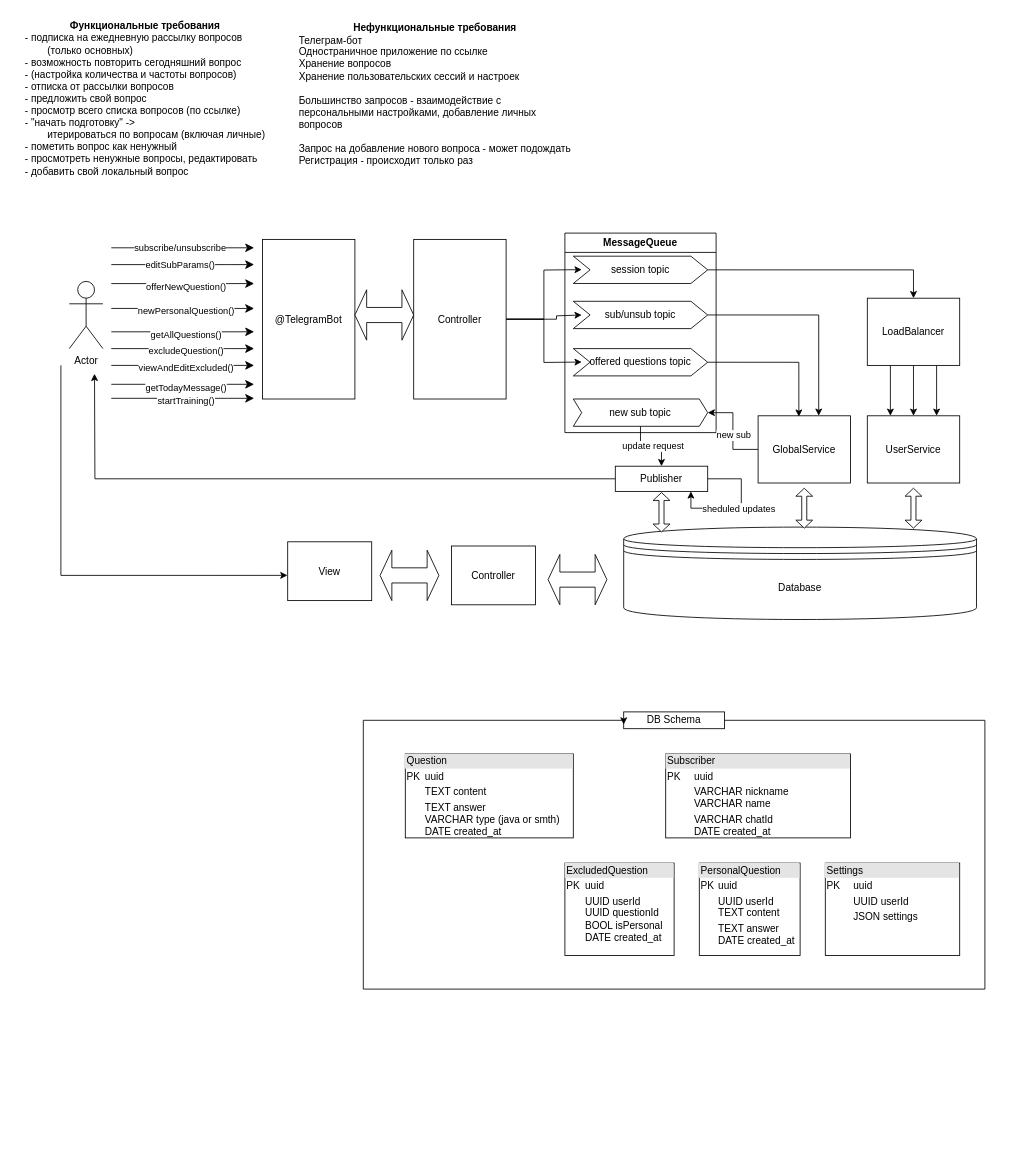
This is SobesCracker.drawio from maksarts/test-project-files, a draw.io file, before an edit. Source tidied: cells renumbered, new cells numbered last; positions are measured from the earlier drawing's top-left corner, leaving out a move shared by most shapes. Both pictures are drawn from the tidied source at 84%, with x=0, y=0 at pixel (14, 14).
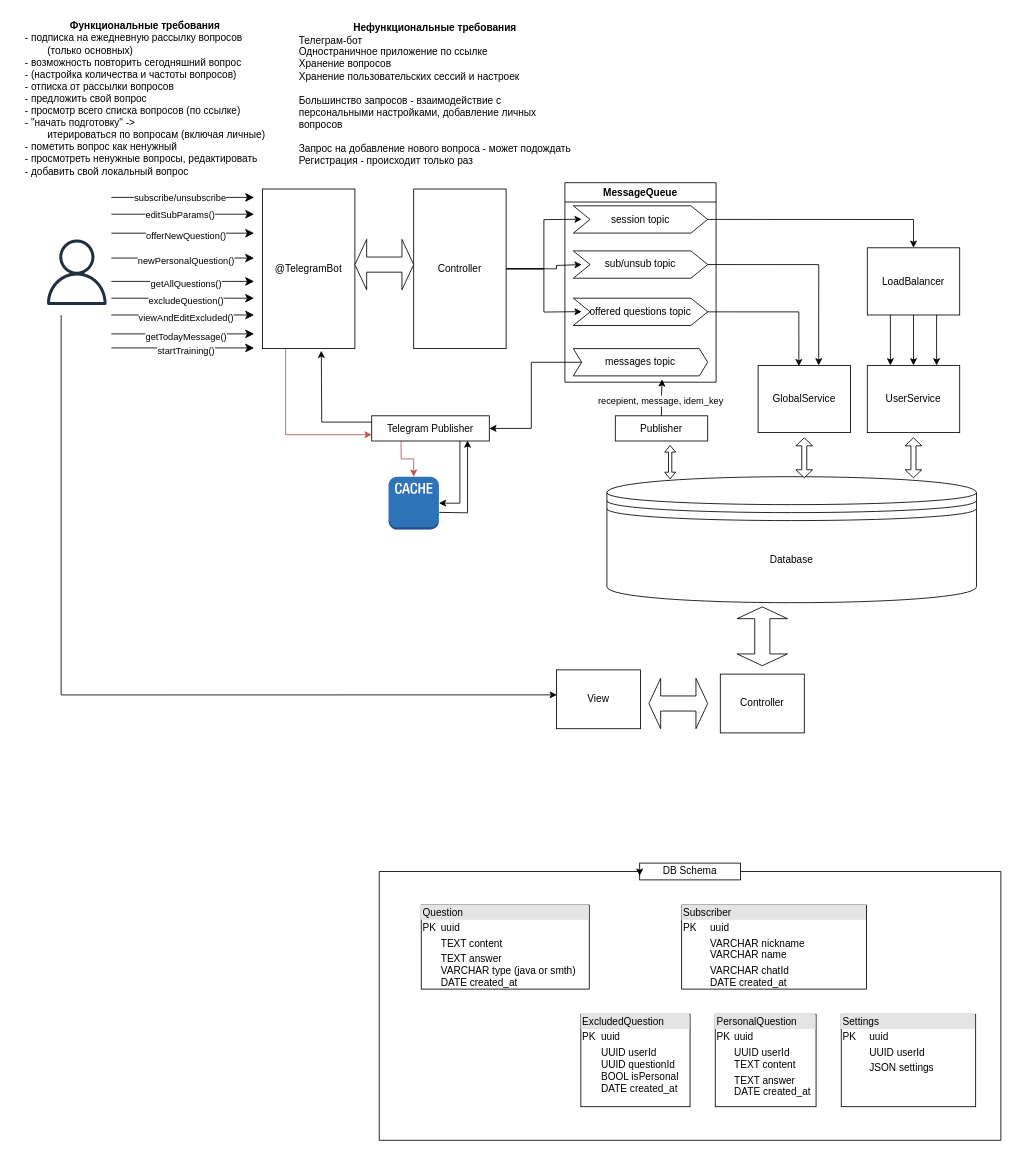
Above is the later version.

The edit, as a diff of the source:
```diff
@@
     <mxCell id="2" value="Database" style="shape=datastore;whiteSpace=wrap;html=1;" parent="1" vertex="1">
-      <mxGeometry x="725" y="610" width="420" height="110" as="geometry" />
+      <mxGeometry x="705" y="550" width="440" height="150" as="geometry" />
     </mxCell>
@@
-    <mxCell id="5" style="edgeStyle=orthogonalEdgeStyle;rounded=0;jettySize=auto;html=1;entryX=-0.003;entryY=0.571;entryDx=0;entryDy=0;entryPerimeter=0;" parent="1" edge="1" target="43">
+    <mxCell id="5" style="edgeStyle=orthogonalEdgeStyle;rounded=0;jettySize=auto;html=1;entryX=0.004;entryY=0.425;entryDx=0;entryDy=0;entryPerimeter=0;" parent="1" edge="1" target="43">
       <mxGeometry relative="1" as="geometry">
-        <mxPoint x="55" y="417.5" as="sourcePoint" />
+        <mxPoint x="55.3" y="357.5" as="sourcePoint" />
         <Array as="points">
-          <mxPoint x="55" y="667.5" />
+          <mxPoint x="55" y="810" />
         </Array>
       </mxGeometry>
     </mxCell>
-    <mxCell id="6" value="Actor" style="shape=umlActor;verticalLabelPosition=bottom;verticalAlign=top;html=1;" parent="1" vertex="1">
-      <mxGeometry x="65" y="317.5" width="40" height="80" as="geometry" />
-    </mxCell>
+    <mxCell id="66" style="edgeStyle=orthogonalEdgeStyle;rounded=0;jettySize=auto;html=1;exitX=0.25;exitY=1;exitDx=0;exitDy=0;entryX=0;entryY=0.75;entryDx=0;entryDy=0;fillColor=#f8cecc;strokeColor=#b85450;" parent="1" edge="1" source="7" target="71">
+      <mxGeometry relative="1" as="geometry" />
+    </mxCell>
     <mxCell id="7" value="@TelegramBot" style="html=1;whiteSpace=wrap;" parent="1" vertex="1">
-      <mxGeometry x="295" y="267.5" width="110" height="190" as="geometry" />
+      <mxGeometry x="295" y="207.5" width="110" height="190" as="geometry" />
     </mxCell>
     <mxCell id="8" style="edgeStyle=segmentEdgeStyle;endArrow=classic;html=1;curved=0;rounded=0;endSize=8;startSize=8;" parent="1" edge="1">
       <mxGeometry relative="1" as="geometry">
-        <mxPoint x="115" y="297.5" as="sourcePoint" />
-        <mxPoint x="285" y="297.5" as="targetPoint" />
+        <mxPoint x="115" y="237.5" as="sourcePoint" />
+        <mxPoint x="285" y="237.5" as="targetPoint" />
         <Array as="points">
-          <mxPoint x="255" y="297.5" />
+          <mxPoint x="255" y="237.5" />
         </Array>
       </mxGeometry>
     </mxCell>
@@
     <mxCell id="10" style="edgeStyle=segmentEdgeStyle;endArrow=classic;html=1;curved=0;rounded=0;endSize=8;startSize=8;" parent="1" edge="1">
       <mxGeometry relative="1" as="geometry">
-        <mxPoint x="115" y="320.1" as="sourcePoint" />
-        <mxPoint x="285" y="320.1" as="targetPoint" />
+        <mxPoint x="115" y="260.1" as="sourcePoint" />
+        <mxPoint x="285" y="260.1" as="targetPoint" />
         <Array as="points">
-          <mxPoint x="255" y="320.1" />
+          <mxPoint x="255" y="260.1" />
         </Array>
       </mxGeometry>
     </mxCell>
@@
     <mxCell id="12" style="edgeStyle=segmentEdgeStyle;endArrow=classic;html=1;curved=0;rounded=0;endSize=8;startSize=8;" parent="1" edge="1">
       <mxGeometry relative="1" as="geometry">
-        <mxPoint x="115" y="349.7" as="sourcePoint" />
-        <mxPoint x="285" y="349.7" as="targetPoint" />
+        <mxPoint x="115" y="289.7" as="sourcePoint" />
+        <mxPoint x="285" y="289.7" as="targetPoint" />
         <Array as="points">
-          <mxPoint x="255" y="349.7" />
+          <mxPoint x="255" y="289.7" />
         </Array>
       </mxGeometry>
     </mxCell>
@@
     <mxCell id="14" style="edgeStyle=segmentEdgeStyle;endArrow=classic;html=1;curved=0;rounded=0;endSize=8;startSize=8;" parent="1" edge="1">
       <mxGeometry relative="1" as="geometry">
-        <mxPoint x="115" y="377.5" as="sourcePoint" />
-        <mxPoint x="285" y="377.5" as="targetPoint" />
+        <mxPoint x="115" y="317.5" as="sourcePoint" />
+        <mxPoint x="285" y="317.5" as="targetPoint" />
         <Array as="points">
-          <mxPoint x="255" y="377.5" />
+          <mxPoint x="255" y="317.5" />
         </Array>
       </mxGeometry>
     </mxCell>
@@
     <mxCell id="16" style="edgeStyle=segmentEdgeStyle;endArrow=classic;html=1;curved=0;rounded=0;endSize=8;startSize=8;" parent="1" edge="1">
       <mxGeometry relative="1" as="geometry">
-        <mxPoint x="115" y="397.5" as="sourcePoint" />
-        <mxPoint x="285" y="397.5" as="targetPoint" />
+        <mxPoint x="115" y="337.5" as="sourcePoint" />
+        <mxPoint x="285" y="337.5" as="targetPoint" />
         <Array as="points">
-          <mxPoint x="255" y="397.5" />
+          <mxPoint x="255" y="337.5" />
         </Array>
       </mxGeometry>
     </mxCell>
@@
     <mxCell id="18" style="edgeStyle=segmentEdgeStyle;endArrow=classic;html=1;curved=0;rounded=0;endSize=8;startSize=8;" parent="1" edge="1">
       <mxGeometry relative="1" as="geometry">
-        <mxPoint x="115" y="417.5" as="sourcePoint" />
-        <mxPoint x="285" y="417.5" as="targetPoint" />
+        <mxPoint x="115" y="357.5" as="sourcePoint" />
+        <mxPoint x="285" y="357.5" as="targetPoint" />
         <Array as="points">
-          <mxPoint x="255" y="417.5" />
+          <mxPoint x="255" y="357.5" />
         </Array>
       </mxGeometry>
     </mxCell>
@@
     <mxCell id="20" style="edgeStyle=orthogonalEdgeStyle;rounded=0;jettySize=auto;html=1;exitX=1;exitY=0.5;exitDx=0;exitDy=0;" parent="1" edge="1" source="23">
       <mxGeometry relative="1" as="geometry">
-        <mxPoint x="675" y="303.5" as="targetPoint" />
+        <mxPoint x="675" y="243.5" as="targetPoint" />
       </mxGeometry>
     </mxCell>
     <mxCell id="21" style="edgeStyle=orthogonalEdgeStyle;rounded=0;jettySize=auto;html=1;exitX=1;exitY=0.5;exitDx=0;exitDy=0;" parent="1" edge="1" source="23">
       <mxGeometry relative="1" as="geometry">
-        <mxPoint x="675" y="357.5" as="targetPoint" />
+        <mxPoint x="675" y="297.5" as="targetPoint" />
         <Array as="points">
-          <mxPoint x="645" y="362.5" />
-          <mxPoint x="645" y="358.5" />
-          <mxPoint x="675" y="358.5" />
+          <mxPoint x="645" y="302.5" />
+          <mxPoint x="645" y="298.5" />
+          <mxPoint x="675" y="298.5" />
         </Array>
       </mxGeometry>
     </mxCell>
     <mxCell id="22" style="edgeStyle=orthogonalEdgeStyle;rounded=0;jettySize=auto;html=1;exitX=1;exitY=0.5;exitDx=0;exitDy=0;" parent="1" edge="1" source="23">
       <mxGeometry relative="1" as="geometry">
-        <mxPoint x="675" y="413.5" as="targetPoint" />
+        <mxPoint x="675" y="353.5" as="targetPoint" />
       </mxGeometry>
     </mxCell>
     <mxCell id="23" value="Controller" style="html=1;whiteSpace=wrap;" parent="1" vertex="1">
-      <mxGeometry x="475" y="267.5" width="110" height="190" as="geometry" />
+      <mxGeometry x="475" y="207.5" width="110" height="190" as="geometry" />
     </mxCell>
     <mxCell id="24" style="shape=doubleArrow;whiteSpace=wrap;html=1;" parent="1" vertex="1">
-      <mxGeometry x="405" y="327.5" width="70" height="60" as="geometry" />
+      <mxGeometry x="405" y="267.5" width="70" height="60" as="geometry" />
     </mxCell>
     <mxCell id="25" style="edgeStyle=segmentEdgeStyle;endArrow=classic;html=1;curved=0;rounded=0;endSize=8;startSize=8;" parent="1" edge="1">
       <mxGeometry relative="1" as="geometry">
-        <mxPoint x="115" y="277.5" as="sourcePoint" />
-        <mxPoint x="285" y="277.5" as="targetPoint" />
+        <mxPoint x="115" y="217.5" as="sourcePoint" />
+        <mxPoint x="285" y="217.5" as="targetPoint" />
         <Array as="points">
-          <mxPoint x="255" y="277.5" />
+          <mxPoint x="255" y="217.5" />
         </Array>
       </mxGeometry>
     </mxCell>
@@
     <mxCell id="27" value="MessageQueue" style="swimlane;whiteSpace=wrap;html=1;" parent="1" vertex="1">
-      <mxGeometry x="655" y="260" width="180" height="237.5" as="geometry" />
+      <mxGeometry x="655" y="200" width="180" height="237.5" as="geometry" />
     </mxCell>
@@
-    <mxCell id="31" value="new sub topic" style="shape=step;perimeter=stepPerimeter;whiteSpace=wrap;html=1;fixedSize=1;size=10;" parent="27" vertex="1">
+    <mxCell id="31" value="messages topic" style="shape=step;perimeter=stepPerimeter;whiteSpace=wrap;html=1;fixedSize=1;size=10;" parent="27" vertex="1">
       <mxGeometry x="10" y="197.5" width="160" height="32.5" as="geometry" />
     </mxCell>
-    <mxCell id="32" style="edgeStyle=orthogonalEdgeStyle;rounded=0;jettySize=auto;html=1;exitX=0;exitY=0.5;exitDx=0;exitDy=0;entryX=1;entryY=0.5;entryDx=0;entryDy=0;" parent="1" edge="1" source="34" target="31">
-      <mxGeometry relative="1" as="geometry" />
-    </mxCell>
-    <mxCell id="33" value="new sub" style="edgeLabel;html=1;align=center;verticalAlign=middle;" parent="32" vertex="1">
-      <mxGeometry x="-0.09" relative="1" as="geometry" />
-    </mxCell>
     <mxCell id="34" value="GlobalService" style="html=1;whiteSpace=wrap;" parent="1" vertex="1">
-      <mxGeometry x="885" y="477.5" width="110" height="80" as="geometry" />
+      <mxGeometry x="885" y="417.5" width="110" height="80" as="geometry" />
     </mxCell>
@@
     <mxCell id="40" value="LoadBalancer" style="html=1;whiteSpace=wrap;" parent="1" vertex="1">
-      <mxGeometry x="1015" y="337.5" width="110" height="80" as="geometry" />
+      <mxGeometry x="1015" y="277.5" width="110" height="80" as="geometry" />
     </mxCell>
@@
     <mxCell id="42" value="UserService" style="html=1;whiteSpace=wrap;" parent="1" vertex="1">
-      <mxGeometry x="1015" y="477.5" width="110" height="80" as="geometry" />
+      <mxGeometry x="1015" y="417.5" width="110" height="80" as="geometry" />
     </mxCell>
     <mxCell id="43" value="View" style="html=1;whiteSpace=wrap;" parent="1" vertex="1">
-      <mxGeometry x="325" y="627.5" width="100" height="70" as="geometry" />
+      <mxGeometry x="645" y="780" width="100" height="70" as="geometry" />
     </mxCell>
-    <mxCell id="44" style="shape=doubleArrow;whiteSpace=wrap;html=1;" parent="1" vertex="1">
-      <mxGeometry x="635" y="642.5" width="70" height="60" as="geometry" />
+    <mxCell id="44" style="shape=doubleArrow;whiteSpace=wrap;html=1;rotation=90;" parent="1" vertex="1">
+      <mxGeometry x="855" y="710" width="70" height="60" as="geometry" />
     </mxCell>
     <mxCell id="45" value="Controller" style="html=1;whiteSpace=wrap;" parent="1" vertex="1">
-      <mxGeometry x="520" y="632.5" width="100" height="70" as="geometry" />
+      <mxGeometry x="840" y="785" width="100" height="70" as="geometry" />
     </mxCell>
     <mxCell id="46" style="shape=doubleArrow;whiteSpace=wrap;html=1;" parent="1" vertex="1">
-      <mxGeometry x="435" y="637.5" width="70" height="60" as="geometry" />
+      <mxGeometry x="755" y="790" width="70" height="60" as="geometry" />
     </mxCell>
-    <mxCell id="47" style="edgeStyle=orthogonalEdgeStyle;rounded=0;jettySize=auto;html=1;" parent="1" edge="1" source="48">
-      <mxGeometry relative="1" as="geometry">
-        <mxPoint x="95" y="427.5" as="targetPoint" />
-      </mxGeometry>
-    </mxCell>
     <mxCell id="48" value="Publisher" style="html=1;whiteSpace=wrap;" parent="1" vertex="1">
-      <mxGeometry x="715" y="537.5" width="110" height="30" as="geometry" />
+      <mxGeometry x="715" y="477.5" width="110" height="30" as="geometry" />
     </mxCell>
-    <mxCell id="49" style="shape=doubleArrow;whiteSpace=wrap;html=1;rotation=90;" parent="1" vertex="1">
-      <mxGeometry x="746.6" y="582.3" width="46.8" height="20" as="geometry" />
-    </mxCell>
-    <mxCell id="50" style="edgeStyle=orthogonalEdgeStyle;rounded=0;jettySize=auto;html=1;entryX=0.5;entryY=0;entryDx=0;entryDy=0;" parent="1" edge="1" source="31" target="48">
-      <mxGeometry relative="1" as="geometry" />
-    </mxCell>
-    <mxCell id="51" value="update request" style="edgeLabel;html=1;align=center;verticalAlign=middle;" parent="50" vertex="1">
-      <mxGeometry x="0.04" relative="1" as="geometry" />
-    </mxCell>
     <mxCell id="52" style="shape=doubleArrow;whiteSpace=wrap;html=1;rotation=90;" parent="1" vertex="1">
-      <mxGeometry x="916.2" y="577.5" width="47.5" height="20" as="geometry" />
+      <mxGeometry x="916.2" y="517.5" width="47.5" height="20" as="geometry" />
     </mxCell>
     <mxCell id="53" style="shape=doubleArrow;whiteSpace=wrap;html=1;rotation=90;" parent="1" vertex="1">
-      <mxGeometry x="1046.2" y="577.5" width="47.5" height="20" as="geometry" />
+      <mxGeometry x="1046.2" y="517.5" width="47.5" height="20" as="geometry" />
     </mxCell>
-    <mxCell id="54" value="sheduled updates" style="edgeStyle=orthogonalEdgeStyle;rounded=0;orthogonalLoop=1;jettySize=auto;html=1;exitX=1;exitY=0.5;exitDx=0;exitDy=0;entryX=0.818;entryY=1;entryDx=0;entryDy=0;entryPerimeter=0;" parent="1" edge="1" source="48" target="48">
-      <mxGeometry relative="1" as="geometry">
-        <Array as="points">
-          <mxPoint x="865" y="552.5" />
-          <mxPoint x="865" y="587.5" />
-          <mxPoint x="805" y="587.5" />
-        </Array>
-      </mxGeometry>
-    </mxCell>
     <mxCell id="55" value="&lt;div style=&quot;box-sizing:border-box;width:100%;background:#e4e4e4;padding:2px;&quot;&gt;Question&lt;/div&gt;&lt;table style=&quot;width:100%;font-size:1em;&quot; cellpadding=&quot;2&quot; cellspacing=&quot;0&quot;&gt;&lt;tbody&gt;&lt;tr&gt;&lt;td&gt;PK&lt;/td&gt;&lt;td&gt;uuid&lt;/td&gt;&lt;/tr&gt;&lt;tr&gt;&lt;td&gt;&lt;br&gt;&lt;/td&gt;&lt;td&gt;TEXT content&lt;/td&gt;&lt;/tr&gt;&lt;tr&gt;&lt;td&gt;&lt;/td&gt;&lt;td&gt;TEXT answer&lt;br&gt;VARCHAR type (java or smth)&lt;br&gt;DATE created_at&lt;br&gt;&lt;/td&gt;&lt;/tr&gt;&lt;/tbody&gt;&lt;/table&gt;" style="verticalAlign=top;align=left;overflow=fill;html=1;whiteSpace=wrap;" parent="1" vertex="1">
-      <mxGeometry x="465" y="880" width="200" height="100" as="geometry" />
+      <mxGeometry x="484" y="1060" width="200" height="100" as="geometry" />
     </mxCell>
     <mxCell id="56" value="&lt;div style=&quot;box-sizing:border-box;width:100%;background:#e4e4e4;padding:2px;&quot;&gt;Subscriber&lt;/div&gt;&lt;table style=&quot;width:100%;font-size:1em;&quot; cellpadding=&quot;2&quot; cellspacing=&quot;0&quot;&gt;&lt;tbody&gt;&lt;tr&gt;&lt;td&gt;PK&lt;/td&gt;&lt;td&gt;uuid&lt;/td&gt;&lt;/tr&gt;&lt;tr&gt;&lt;td&gt;&lt;br&gt;&lt;/td&gt;&lt;td&gt;VARCHAR nickname&lt;br&gt;VARCHAR name&lt;/td&gt;&lt;/tr&gt;&lt;tr&gt;&lt;td&gt;&lt;/td&gt;&lt;td&gt;VARCHAR chatId&lt;br&gt;DATE created_at&lt;/td&gt;&lt;/tr&gt;&lt;/tbody&gt;&lt;/table&gt;" style="verticalAlign=top;align=left;overflow=fill;html=1;whiteSpace=wrap;" parent="1" vertex="1">
-      <mxGeometry x="775" y="880" width="220" height="100" as="geometry" />
+      <mxGeometry x="794" y="1060" width="220" height="100" as="geometry" />
     </mxCell>
     <mxCell id="57" value="&lt;div style=&quot;box-sizing:border-box;width:100%;background:#e4e4e4;padding:2px;&quot;&gt;Settings&lt;/div&gt;&lt;table style=&quot;width:100%;font-size:1em;&quot; cellpadding=&quot;2&quot; cellspacing=&quot;0&quot;&gt;&lt;tbody&gt;&lt;tr&gt;&lt;td&gt;PK&lt;/td&gt;&lt;td&gt;uuid&lt;/td&gt;&lt;/tr&gt;&lt;tr&gt;&lt;td&gt;&lt;br&gt;&lt;/td&gt;&lt;td&gt;UUID userId&lt;/td&gt;&lt;/tr&gt;&lt;tr&gt;&lt;td&gt;&lt;br&gt;&lt;/td&gt;&lt;td&gt;JSON settings&lt;/td&gt;&lt;/tr&gt;&lt;/tbody&gt;&lt;/table&gt;" style="verticalAlign=top;align=left;overflow=fill;html=1;whiteSpace=wrap;" parent="1" vertex="1">
-      <mxGeometry x="965" y="1010" width="160" height="110" as="geometry" />
+      <mxGeometry x="984" y="1190" width="160" height="110" as="geometry" />
     </mxCell>
     <mxCell id="58" value="&lt;div style=&quot;box-sizing:border-box;width:100%;background:#e4e4e4;padding:2px;&quot;&gt;PersonalQuestion&lt;/div&gt;&lt;table style=&quot;width:100%;font-size:1em;&quot; cellpadding=&quot;2&quot; cellspacing=&quot;0&quot;&gt;&lt;tbody&gt;&lt;tr&gt;&lt;td&gt;PK&lt;/td&gt;&lt;td&gt;uuid&lt;/td&gt;&lt;/tr&gt;&lt;tr&gt;&lt;td&gt;&lt;br&gt;&lt;/td&gt;&lt;td&gt;UUID userId&lt;br&gt;TEXT content&lt;/td&gt;&lt;/tr&gt;&lt;tr&gt;&lt;td&gt;&lt;/td&gt;&lt;td&gt;TEXT answer&lt;br&gt;DATE created_at&lt;br&gt;&lt;/td&gt;&lt;/tr&gt;&lt;/tbody&gt;&lt;/table&gt;" style="verticalAlign=top;align=left;overflow=fill;html=1;whiteSpace=wrap;" parent="1" vertex="1">
-      <mxGeometry x="815" y="1010" width="120" height="110" as="geometry" />
+      <mxGeometry x="834" y="1190" width="120" height="110" as="geometry" />
     </mxCell>
     <mxCell id="59" value="&lt;div style=&quot;box-sizing:border-box;width:100%;background:#e4e4e4;padding:2px;&quot;&gt;ExcludedQuestion&lt;/div&gt;&lt;table style=&quot;width:100%;font-size:1em;&quot; cellpadding=&quot;2&quot; cellspacing=&quot;0&quot;&gt;&lt;tbody&gt;&lt;tr&gt;&lt;td&gt;PK&lt;/td&gt;&lt;td&gt;uuid&lt;/td&gt;&lt;/tr&gt;&lt;tr&gt;&lt;td&gt;&lt;br&gt;&lt;/td&gt;&lt;td&gt;UUID userId&lt;br&gt;UUID questionId&lt;br&gt;BOOL isPersonal&lt;br&gt;DATE created_at&lt;br&gt;&lt;/td&gt;&lt;/tr&gt;&lt;/tbody&gt;&lt;/table&gt;" style="verticalAlign=top;align=left;overflow=fill;html=1;whiteSpace=wrap;" parent="1" vertex="1">
-      <mxGeometry x="655" y="1010" width="130" height="110" as="geometry" />
+      <mxGeometry x="674" y="1190" width="130" height="110" as="geometry" />
     </mxCell>
     <mxCell id="60" value="DB Schema" style="whiteSpace=wrap;html=1;" parent="1" vertex="1">
-      <mxGeometry x="725" y="830" width="120" height="20" as="geometry" />
+      <mxGeometry x="744" y="1010" width="120" height="20" as="geometry" />
     </mxCell>
     <mxCell id="61" style="edgeStyle=orthogonalEdgeStyle;rounded=0;orthogonalLoop=1;jettySize=auto;html=1;entryX=0;entryY=0.75;entryDx=0;entryDy=0;" parent="1" edge="1" source="60" target="60">
       <mxGeometry relative="1" as="geometry">
         <Array as="points">
-          <mxPoint x="1155" y="840" />
-          <mxPoint x="1155" y="1160" />
-          <mxPoint x="415" y="1160" />
-          <mxPoint x="415" y="840" />
-          <mxPoint x="725" y="840" />
+          <mxPoint x="1174" y="1020" />
+          <mxPoint x="1174" y="1340" />
+          <mxPoint x="434" y="1340" />
+          <mxPoint x="434" y="1020" />
+          <mxPoint x="744" y="1020" />
         </Array>
       </mxGeometry>
     </mxCell>
     <mxCell id="62" style="edgeStyle=segmentEdgeStyle;endArrow=classic;html=1;curved=0;rounded=0;endSize=8;startSize=8;" parent="1" edge="1">
       <mxGeometry relative="1" as="geometry">
-        <mxPoint x="115" y="440" as="sourcePoint" />
-        <mxPoint x="285" y="440" as="targetPoint" />
+        <mxPoint x="115" y="380" as="sourcePoint" />
+        <mxPoint x="285" y="380" as="targetPoint" />
         <Array as="points">
-          <mxPoint x="255" y="440" />
+          <mxPoint x="255" y="380" />
         </Array>
       </mxGeometry>
     </mxCell>
@@
     <mxCell id="64" style="edgeStyle=segmentEdgeStyle;endArrow=classic;html=1;curved=0;rounded=0;endSize=8;startSize=8;" parent="1" edge="1">
       <mxGeometry relative="1" as="geometry">
-        <mxPoint x="115" y="456.7" as="sourcePoint" />
-        <mxPoint x="285" y="456.7" as="targetPoint" />
+        <mxPoint x="115" y="396.7" as="sourcePoint" />
+        <mxPoint x="285" y="396.7" as="targetPoint" />
         <Array as="points">
-          <mxPoint x="255" y="456.7" />
+          <mxPoint x="255" y="396.7" />
         </Array>
       </mxGeometry>
     </mxCell>
@@
+    <mxCell id="67" style="edgeStyle=orthogonalEdgeStyle;rounded=0;jettySize=auto;html=1;exitX=0.5;exitY=0;exitDx=0;exitDy=0;entryX=0.661;entryY=1.129;entryDx=0;entryDy=0;entryPerimeter=0;" parent="1" edge="1" source="48" target="31">
+      <mxGeometry relative="1" as="geometry" />
+    </mxCell>
+    <mxCell id="68" value="recepient, message, idem_key" style="edgeLabel;html=1;align=center;verticalAlign=middle;" parent="67" vertex="1">
+      <mxGeometry x="-0.16" y="2" relative="1" as="geometry">
+        <mxPoint y="1" as="offset" />
+      </mxGeometry>
+    </mxCell>
+    <mxCell id="69" style="edgeStyle=orthogonalEdgeStyle;rounded=0;jettySize=auto;html=1;exitX=0;exitY=0.25;exitDx=0;exitDy=0;" parent="1" edge="1" source="71">
+      <mxGeometry relative="1" as="geometry">
+        <mxPoint x="365" y="400" as="targetPoint" />
+      </mxGeometry>
+    </mxCell>
+    <mxCell id="70" style="edgeStyle=orthogonalEdgeStyle;rounded=0;jettySize=auto;html=1;exitX=0.25;exitY=1;exitDx=0;exitDy=0;fillColor=#f8cecc;strokeColor=#b85450;" parent="1" edge="1" source="71" target="76">
+      <mxGeometry relative="1" as="geometry" />
+    </mxCell>
+    <mxCell id="71" value="Telegram Publisher" style="html=1;whiteSpace=wrap;" parent="1" vertex="1">
+      <mxGeometry x="425" y="477.5" width="140" height="30" as="geometry" />
+    </mxCell>
+    <mxCell id="72" style="edgeStyle=orthogonalEdgeStyle;rounded=0;jettySize=auto;html=1;entryX=1;entryY=0.5;entryDx=0;entryDy=0;" parent="1" edge="1" source="31" target="71">
+      <mxGeometry relative="1" as="geometry" />
+    </mxCell>
+    <mxCell id="73" style="sketch=0;fontColor=#232F3E;gradientColor=none;fillColor=#232F3D;strokeColor=none;dashed=0;verticalLabelPosition=bottom;verticalAlign=top;align=center;html=1;fontSize=12;fontStyle=0;shape=mxgraph.aws4.user;" parent="1" vertex="1">
+      <mxGeometry x="35" y="267.5" width="78" height="78" as="geometry" />
+    </mxCell>
+    <mxCell id="74" style="shape=doubleArrow;whiteSpace=wrap;html=1;rotation=90;" parent="1" vertex="1">
+      <mxGeometry x="760.4" y="526.2" width="39.8" height="13" as="geometry" />
+    </mxCell>
+    <mxCell id="75" style="edgeStyle=orthogonalEdgeStyle;rounded=0;jettySize=auto;html=1;entryX=0.815;entryY=0.979;entryDx=0;entryDy=0;entryPerimeter=0;" parent="1" edge="1" target="71">
+      <mxGeometry relative="1" as="geometry">
+        <mxPoint x="505" y="592.5" as="sourcePoint" />
+        <Array as="points">
+          <mxPoint x="506" y="593" />
+          <mxPoint x="539" y="593" />
+        </Array>
+      </mxGeometry>
+    </mxCell>
+    <mxCell id="76" style="outlineConnect=0;dashed=0;verticalLabelPosition=bottom;verticalAlign=top;align=center;html=1;shape=mxgraph.aws3.cache_node;fillColor=#2E73B8;gradientColor=none;" parent="1" vertex="1">
+      <mxGeometry x="445" y="550" width="60" height="63" as="geometry" />
+    </mxCell>
+    <mxCell id="77" style="edgeStyle=orthogonalEdgeStyle;rounded=0;jettySize=auto;html=1;exitX=0.75;exitY=1;exitDx=0;exitDy=0;entryX=1;entryY=0.5;entryDx=0;entryDy=0;entryPerimeter=0;" parent="1" edge="1" source="71" target="76">
+      <mxGeometry relative="1" as="geometry" />
+    </mxCell>
```
